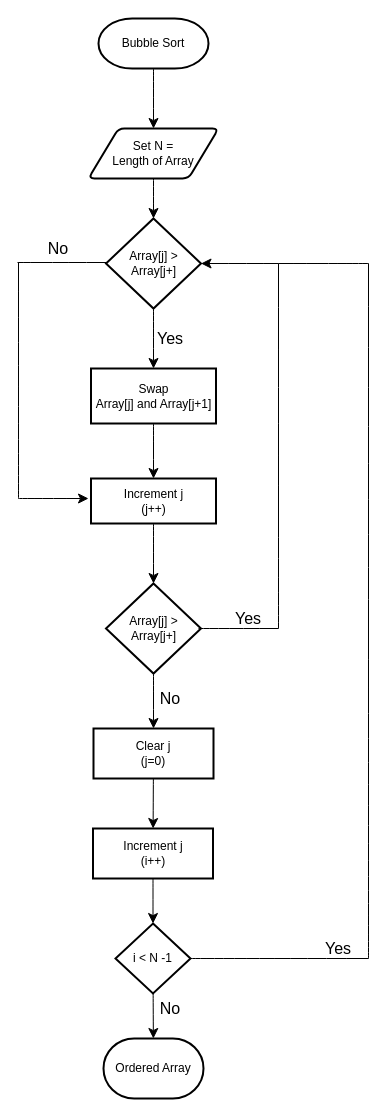
Above: Bubble sort.drawio in prycilliaedw/prycilliaedw (draw.io), before the change. Source tidied: cells renumbered, new cells numbered last; positions are measured from the earlier drawing's top-left corner, leaving out a move shared by most shapes. Both pictures are drawn from the tidied source at 100%, with x=0, y=0 at pixel (17, 18).
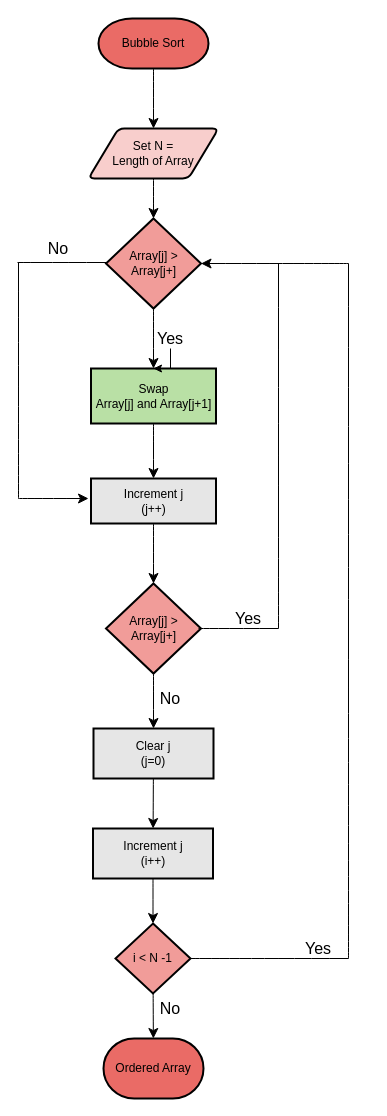
The same page after the edit.

Unchanged cells that the change refers to:
```xml
<mxCell id="31" value="Yes" style="text;strokeColor=none;fillColor=none;html=1;align=center;verticalAlign=middle;whiteSpace=wrap;rounded=0;fontSize=16;" parent="1" vertex="1">
  <mxGeometry x="133" y="310" width="40" height="20" as="geometry" />
</mxCell>
```

What changed in the source:
```diff
@@
-    <mxCell id="3" value="Bubble Sort" style="strokeWidth=2;html=1;shape=mxgraph.flowchart.terminator;whiteSpace=wrap;" parent="1" vertex="1">
+    <mxCell id="3" value="Bubble Sort" style="strokeWidth=2;html=1;shape=mxgraph.flowchart.terminator;whiteSpace=wrap;fillColor=#EA6B66;" parent="1" vertex="1">
       <mxGeometry x="81" width="110" height="50" as="geometry" />
     </mxCell>
-    <mxCell id="4" value="Set N =&lt;div&gt;Length of Array&lt;/div&gt;" style="shape=parallelogram;html=1;strokeWidth=2;perimeter=parallelogramPerimeter;whiteSpace=wrap;rounded=1;arcSize=12;size=0.23;" parent="1" vertex="1">
+    <mxCell id="4" value="Set N =&lt;div&gt;Length of Array&lt;/div&gt;" style="shape=parallelogram;html=1;strokeWidth=2;perimeter=parallelogramPerimeter;whiteSpace=wrap;rounded=1;arcSize=12;size=0.23;fillColor=#F8CECC;" parent="1" vertex="1">
       <mxGeometry x="71" y="110" width="130" height="50" as="geometry" />
     </mxCell>
@@
-    <mxCell id="6" value="Array[j] &amp;gt;&lt;div&gt;Array[j+]&lt;/div&gt;" style="strokeWidth=2;html=1;shape=mxgraph.flowchart.decision;whiteSpace=wrap;" parent="1" vertex="1">
+    <mxCell id="6" value="Array[j] &amp;gt;&lt;div&gt;Array[j+]&lt;/div&gt;" style="strokeWidth=2;html=1;shape=mxgraph.flowchart.decision;whiteSpace=wrap;fillColor=#F19C99;" parent="1" vertex="1">
       <mxGeometry x="88.5" y="200" width="95" height="90" as="geometry" />
     </mxCell>
@@
-    <mxCell id="9" value="Swap&lt;div&gt;Array[j] and Array[j+1]&lt;/div&gt;" style="whiteSpace=wrap;html=1;strokeWidth=2;" parent="1" vertex="1">
+    <mxCell id="9" value="Swap&lt;div&gt;Array[j] and Array[j+1]&lt;/div&gt;" style="whiteSpace=wrap;html=1;strokeWidth=2;fillColor=#B9E0A5;" parent="1" vertex="1">
       <mxGeometry x="73.5" y="350" width="125" height="55" as="geometry" />
     </mxCell>
@@
-    <mxCell id="11" value="Increment j&lt;div&gt;(j++)&lt;/div&gt;" style="whiteSpace=wrap;html=1;strokeWidth=2;" parent="1" vertex="1">
+    <mxCell id="11" value="Increment j&lt;div&gt;(j++)&lt;/div&gt;" style="whiteSpace=wrap;html=1;strokeWidth=2;fillColor=#E6E6E6;" parent="1" vertex="1">
       <mxGeometry x="73.5" y="460" width="125" height="45" as="geometry" />
     </mxCell>
@@
-    <mxCell id="13" value="Array[j] &amp;gt;&lt;div&gt;Array[j+]&lt;/div&gt;" style="strokeWidth=2;html=1;shape=mxgraph.flowchart.decision;whiteSpace=wrap;" parent="1" vertex="1">
+    <mxCell id="13" value="Array[j] &amp;gt;&lt;div&gt;Array[j+]&lt;/div&gt;" style="strokeWidth=2;html=1;shape=mxgraph.flowchart.decision;whiteSpace=wrap;fillColor=#F19C99;" parent="1" vertex="1">
       <mxGeometry x="88.5" y="565" width="95" height="90" as="geometry" />
     </mxCell>
@@
     <mxCell id="18" style="endArrow=classic;html=1;rounded=0;fontSize=12;startSize=8;endSize=8;curved=1;entryX=1;entryY=0.5;entryDx=0;entryDy=0;entryPerimeter=0;" parent="1" edge="1" target="6">
       <mxGeometry relative="1" as="geometry">
-        <mxPoint x="351" y="245" as="sourcePoint" />
+        <mxPoint x="331" y="245" as="sourcePoint" />
       </mxGeometry>
     </mxCell>
@@
-    <mxCell id="21" value="Clear j&lt;div&gt;(j=0)&lt;/div&gt;" style="whiteSpace=wrap;html=1;strokeWidth=2;" parent="1" vertex="1">
+    <mxCell id="21" value="Clear j&lt;div&gt;(j=0)&lt;/div&gt;" style="whiteSpace=wrap;html=1;strokeWidth=2;fillColor=#E6E6E6;" parent="1" vertex="1">
       <mxGeometry x="76" y="710" width="120" height="50" as="geometry" />
     </mxCell>
@@
-    <mxCell id="23" value="Increment j&lt;div&gt;(i++)&lt;/div&gt;" style="whiteSpace=wrap;html=1;strokeWidth=2;" parent="1" vertex="1">
+    <mxCell id="23" value="Increment j&lt;div&gt;(i++)&lt;/div&gt;" style="whiteSpace=wrap;html=1;strokeWidth=2;fillColor=#E6E6E6;" parent="1" vertex="1">
       <mxGeometry x="75.5" y="810" width="120" height="50" as="geometry" />
     </mxCell>
@@
-    <mxCell id="25" value="i &amp;lt; N -1" style="rhombus;whiteSpace=wrap;html=1;strokeWidth=2;" parent="1" vertex="1">
+    <mxCell id="25" value="i &amp;lt; N -1" style="rhombus;whiteSpace=wrap;html=1;strokeWidth=2;fillColor=#F19C99;" parent="1" vertex="1">
       <mxGeometry x="98" y="905" width="75" height="70" as="geometry" />
     </mxCell>
-    <mxCell id="26" value="Ordered Array" style="strokeWidth=2;html=1;shape=mxgraph.flowchart.terminator;whiteSpace=wrap;" parent="1" vertex="1">
+    <mxCell id="26" value="Ordered Array" style="strokeWidth=2;html=1;shape=mxgraph.flowchart.terminator;whiteSpace=wrap;fillColor=#EA6B66;" parent="1" vertex="1">
       <mxGeometry x="86" y="1020" width="100" height="60" as="geometry" />
     </mxCell>
     <mxCell id="27" style="endArrow=none;html=1;rounded=0;fontSize=12;startSize=8;endSize=8;curved=1;" parent="1" edge="1">
       <mxGeometry relative="1" as="geometry">
         <mxPoint x="172" y="940" as="sourcePoint" />
-        <mxPoint x="351" y="940" as="targetPoint" />
+        <mxPoint x="331" y="940" as="targetPoint" />
       </mxGeometry>
     </mxCell>
     <mxCell id="28" style="endArrow=none;html=1;rounded=0;fontSize=12;startSize=8;endSize=8;curved=1;" parent="1" edge="1">
       <mxGeometry relative="1" as="geometry">
-        <mxPoint x="351" y="940" as="sourcePoint" />
-        <mxPoint x="351" y="245" as="targetPoint" />
+        <mxPoint x="331" y="940" as="sourcePoint" />
+        <mxPoint x="331" y="245" as="targetPoint" />
       </mxGeometry>
     </mxCell>
@@
+    <mxCell id="35" style="edgeStyle=orthogonalEdgeStyle;rounded=0;jettySize=auto;html=1;" parent="1" edge="1" source="31" target="9">
+      <mxGeometry relative="1" as="geometry" />
+    </mxCell>
@@
     <mxCell id="34" value="Yes" style="text;strokeColor=none;fillColor=none;html=1;align=center;verticalAlign=middle;whiteSpace=wrap;rounded=0;fontSize=16;" parent="1" vertex="1">
-      <mxGeometry x="301" y="920" width="40" height="20" as="geometry" />
+      <mxGeometry x="281" y="920" width="40" height="20" as="geometry" />
     </mxCell>
```
